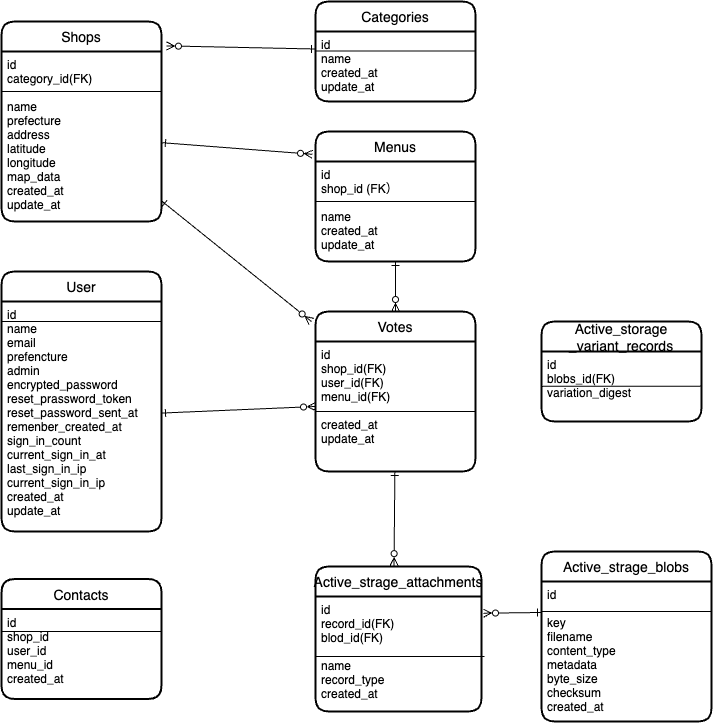
This is img/jimoguru.png from yuko-fu/jimoguru, a draw.io export, as it was before one commit. Source tidied: cells renumbered, new cells last; positions are measured from the earlier drawing's top-left corner, leaving out a move shared by most shapes.
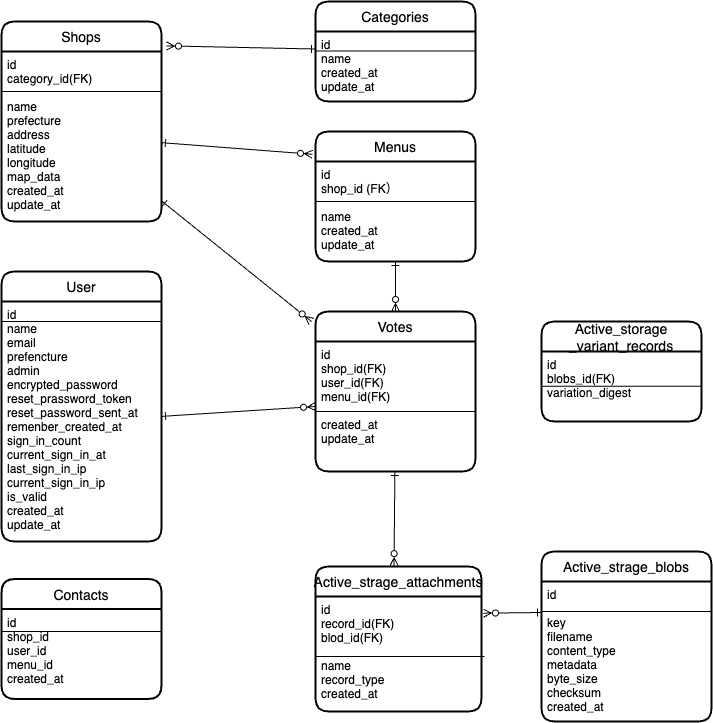
After the change.

Change to the diagram source:
```diff
@@ -45,7 +45,7 @@
       <mxGeometry y="30" width="160" height="100" as="geometry" />
     </mxCell>
     <mxCell id="11" value="User" style="swimlane;horizontal=1;startSize=30;rounded=1;fontSize=14;fontStyle=0;strokeWidth=2;shadow=0;dashed=0;align=center;" parent="1" vertex="1">
-      <mxGeometry y="270" width="160" height="260" as="geometry" />
+      <mxGeometry y="270" width="160" height="270" as="geometry" />
     </mxCell>
     <mxCell id="12" style="endArrow=none;html=1;" parent="11" edge="1">
       <mxGeometry relative="1" as="geometry">
@@ -56,8 +56,8 @@
         </Array>
       </mxGeometry>
     </mxCell>
-    <mxCell id="13" value="id&#10;name&#10;email&#10;prefencture&#10;admin&#10;encrypted_password&#10;reset_prassword_token&#10;reset_password_sent_at&#10;remenber_created_at&#10;sign_in_count&#10;current_sign_in_at&#10;last_sign_in_ip&#10;current_sign_in_ip&#10;created_at&#10;update_at&#10;" style="align=left;strokeColor=none;fillColor=none;spacingLeft=4;fontSize=12;verticalAlign=top;" parent="11" vertex="1">
-      <mxGeometry y="30" width="160" height="230" as="geometry" />
+    <mxCell id="13" value="id&#10;name&#10;email&#10;prefencture&#10;admin&#10;encrypted_password&#10;reset_prassword_token&#10;reset_password_sent_at&#10;remenber_created_at&#10;sign_in_count&#10;current_sign_in_at&#10;last_sign_in_ip&#10;current_sign_in_ip&#10;is_valid&#10;created_at&#10;update_at&#10;" style="align=left;strokeColor=none;fillColor=none;spacingLeft=4;fontSize=12;verticalAlign=top;" parent="11" vertex="1">
+      <mxGeometry y="30" width="160" height="240" as="geometry" />
     </mxCell>
     <mxCell id="14" value="Votes" style="swimlane;horizontal=1;startSize=30;rounded=1;fontSize=14;fontStyle=0;strokeWidth=2;shadow=0;dashed=0;align=center;" parent="1" vertex="1">
       <mxGeometry x="314" y="310" width="160" height="160" as="geometry" />
```
